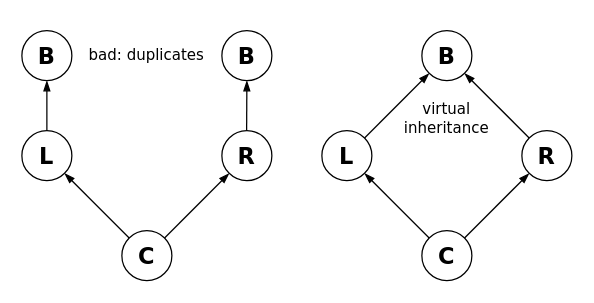
This is projects/examples/source/03.08.class.inheritance.multiple.diamond.drawio from i-s-m-mipt/Education, a draw.io file, before an edit. Source tidied: cells renumbered, new cells numbered last; positions are measured from the earlier drawing's top-left corner, leaving out a move shared by most shapes. Both pictures are drawn from the tidied source at 125%, with x=0, y=0 at pixel (21, 30).
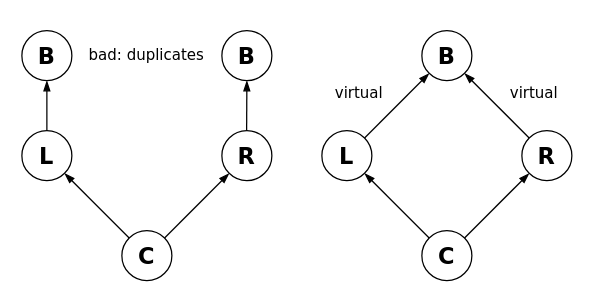
After the change.

Change to the diagram source:
```diff
@@
-    <mxCell id="19" value="&lt;font face=&quot;Verdana&quot;&gt;virtual&lt;/font&gt;&lt;div&gt;&lt;font face=&quot;Verdana&quot;&gt;inheritance&lt;/font&gt;&lt;/div&gt;" style="text;html=1;align=center;verticalAlign=middle;whiteSpace=wrap;rounded=0;" parent="1" vertex="1">
-      <mxGeometry x="280" y="40" width="120" height="60" as="geometry" />
+    <mxCell id="19" value="&lt;font face=&quot;Verdana&quot;&gt;virtual&lt;/font&gt;" style="text;html=1;align=center;verticalAlign=middle;whiteSpace=wrap;rounded=0;" parent="1" vertex="1">
+      <mxGeometry x="380" y="40" width="60" height="20" as="geometry" />
     </mxCell>
@@
+    <mxCell id="22" value="&lt;font face=&quot;Verdana&quot;&gt;virtual&lt;/font&gt;" style="text;html=1;align=center;verticalAlign=middle;whiteSpace=wrap;rounded=0;" parent="1" vertex="1">
+      <mxGeometry x="240" y="40" width="60" height="20" as="geometry" />
+    </mxCell>
```
